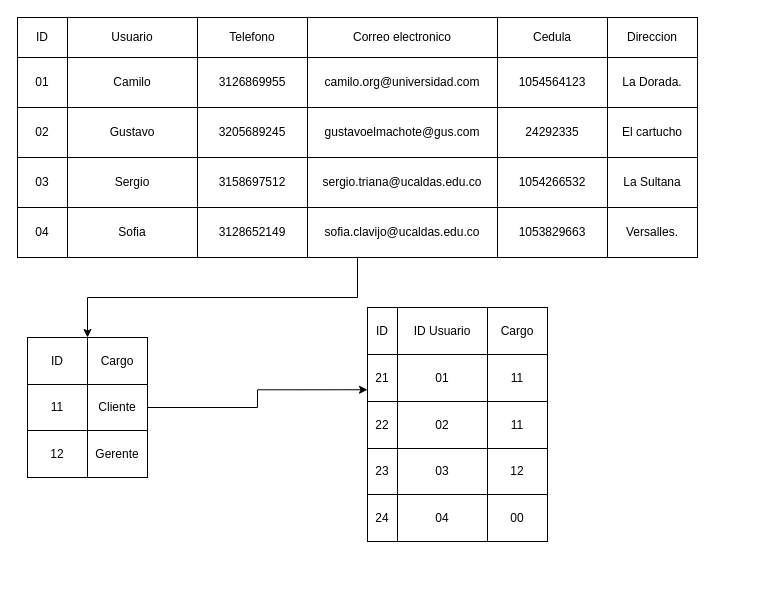
This is DBAlmacen.drawio from SERGIO-TRIANA/Ingenieria_de_requisitos, a draw.io file, before an edit. Source tidied: cells renumbered, new cells numbered last; positions are measured from the earlier drawing's top-left corner, leaving out a move shared by most shapes. Both pictures are drawn from the tidied source at 100%, with x=0, y=0 at pixel (17, 17).
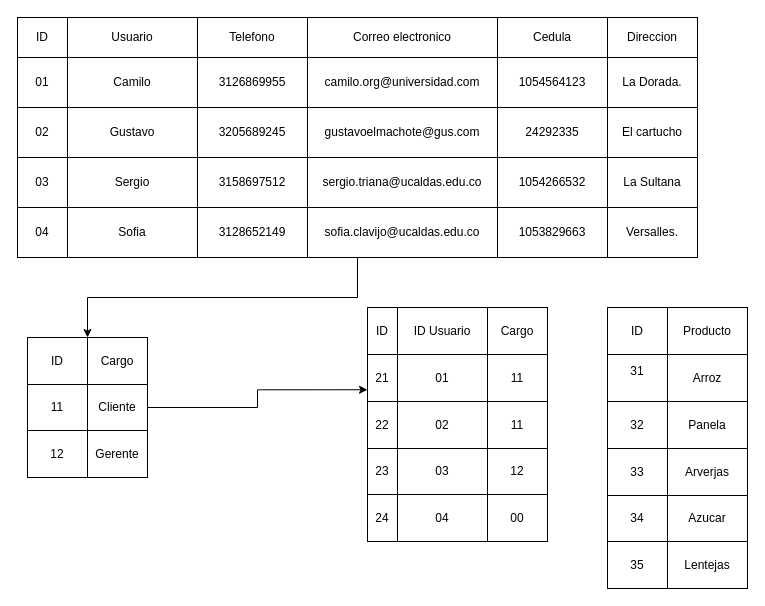
Above is the later version.

What changed in the source:
```diff
@@
+    <mxCell id="71" style="childLayout=tableLayout;shadow=0;fillColor=none;" parent="1" vertex="1">
+      <mxGeometry x="590" y="290" width="140" height="281" as="geometry" />
+    </mxCell>
+    <mxCell id="72" style="shape=tableRow;horizontal=0;startSize=0;swimlaneHead=0;swimlaneBody=0;top=0;left=0;bottom=0;right=0;fontStyle=0;fillColor=none;strokeColor=inherit;" parent="71" vertex="1">
+      <mxGeometry width="140" height="47" as="geometry" />
+    </mxCell>
+    <mxCell id="73" value="ID" style="strokeColor=inherit;fillColor=none;align=center;whiteSpace=wrap;html=1;" parent="72" vertex="1">
+      <mxGeometry width="60" height="47" as="geometry" />
+    </mxCell>
+    <mxCell id="74" value="Producto" style="strokeColor=inherit;fillColor=none;align=center;whiteSpace=wrap;html=1;" parent="72" vertex="1">
+      <mxGeometry x="60" width="80" height="47" as="geometry" />
+    </mxCell>
+    <mxCell id="75" style="shape=tableRow;horizontal=0;startSize=0;swimlaneHead=0;swimlaneBody=0;top=0;left=0;bottom=0;right=0;fontStyle=0;fillColor=none;strokeColor=inherit;" parent="71" vertex="1">
+      <mxGeometry y="47" width="140" height="47" as="geometry" />
+    </mxCell>
+    <mxCell id="76" value="31&lt;br&gt;&lt;div&gt;&lt;br&gt;&lt;/div&gt;" style="strokeColor=inherit;fillColor=none;align=center;whiteSpace=wrap;html=1;" parent="75" vertex="1">
+      <mxGeometry width="60" height="47" as="geometry" />
+    </mxCell>
+    <mxCell id="77" value="Arroz" style="strokeColor=inherit;fillColor=none;align=center;whiteSpace=wrap;html=1;" parent="75" vertex="1">
+      <mxGeometry x="60" width="80" height="47" as="geometry" />
+    </mxCell>
+    <mxCell id="78" style="shape=tableRow;horizontal=0;startSize=0;swimlaneHead=0;swimlaneBody=0;top=0;left=0;bottom=0;right=0;fontStyle=0;fillColor=none;strokeColor=inherit;" parent="71" vertex="1">
+      <mxGeometry y="94" width="140" height="47" as="geometry" />
+    </mxCell>
+    <mxCell id="79" value="32" style="strokeColor=inherit;fillColor=none;align=center;whiteSpace=wrap;html=1;" parent="78" vertex="1">
+      <mxGeometry width="60" height="47" as="geometry" />
+    </mxCell>
+    <mxCell id="80" value="Panela" style="strokeColor=inherit;fillColor=none;align=center;whiteSpace=wrap;html=1;" parent="78" vertex="1">
+      <mxGeometry x="60" width="80" height="47" as="geometry" />
+    </mxCell>
+    <mxCell id="81" style="shape=tableRow;horizontal=0;startSize=0;swimlaneHead=0;swimlaneBody=0;top=0;left=0;bottom=0;right=0;fontStyle=0;fillColor=none;strokeColor=inherit;" parent="71" vertex="1">
+      <mxGeometry y="141" width="140" height="47" as="geometry" />
+    </mxCell>
+    <mxCell id="82" value="33" style="strokeColor=inherit;fillColor=none;align=center;whiteSpace=wrap;html=1;" parent="81" vertex="1">
+      <mxGeometry width="60" height="47" as="geometry" />
+    </mxCell>
+    <mxCell id="83" value="Arverjas" style="strokeColor=inherit;fillColor=none;align=center;whiteSpace=wrap;html=1;" parent="81" vertex="1">
+      <mxGeometry x="60" width="80" height="47" as="geometry" />
+    </mxCell>
+    <mxCell id="84" style="shape=tableRow;horizontal=0;startSize=0;swimlaneHead=0;swimlaneBody=0;top=0;left=0;bottom=0;right=0;fontStyle=0;fillColor=none;strokeColor=inherit;" parent="71" vertex="1">
+      <mxGeometry y="188" width="140" height="46" as="geometry" />
+    </mxCell>
+    <mxCell id="85" value="34" style="strokeColor=inherit;fillColor=none;align=center;whiteSpace=wrap;html=1;" parent="84" vertex="1">
+      <mxGeometry width="60" height="46" as="geometry" />
+    </mxCell>
+    <mxCell id="86" value="Azucar" style="strokeColor=inherit;fillColor=none;align=center;whiteSpace=wrap;html=1;" parent="84" vertex="1">
+      <mxGeometry x="60" width="80" height="46" as="geometry" />
+    </mxCell>
+    <mxCell id="87" style="shape=tableRow;horizontal=0;startSize=0;swimlaneHead=0;swimlaneBody=0;top=0;left=0;bottom=0;right=0;fontStyle=0;fillColor=none;strokeColor=inherit;" parent="71" vertex="1">
+      <mxGeometry y="234" width="140" height="47" as="geometry" />
+    </mxCell>
+    <mxCell id="88" value="35" style="strokeColor=inherit;fillColor=none;align=center;whiteSpace=wrap;html=1;" parent="87" vertex="1">
+      <mxGeometry width="60" height="47" as="geometry" />
+    </mxCell>
+    <mxCell id="89" value="Lentejas" style="strokeColor=inherit;fillColor=none;align=center;whiteSpace=wrap;html=1;" parent="87" vertex="1">
+      <mxGeometry x="60" width="80" height="47" as="geometry" />
+    </mxCell>
```
